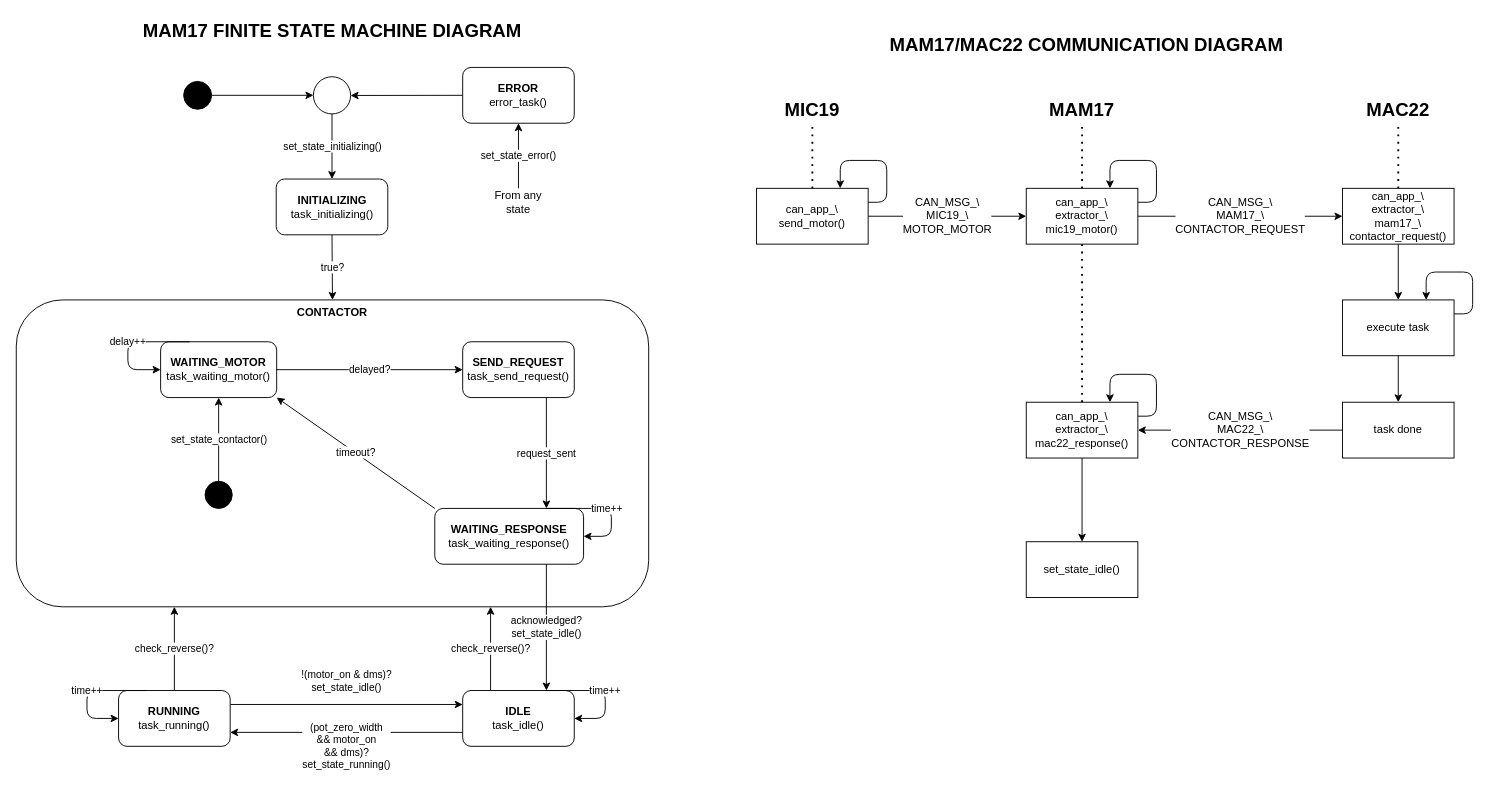
ZeniteSolar/MAM17 keeps this draw.io diagram as system_diagrams.drawio. Above is the earlier version. Source tidied: cells renumbered, new cells numbered last; positions are measured from the earlier drawing's top-left corner, leaving out a move shared by most shapes. Both pictures are drawn from the tidied source at 93%, with x=0, y=0 at pixel (16, 16).
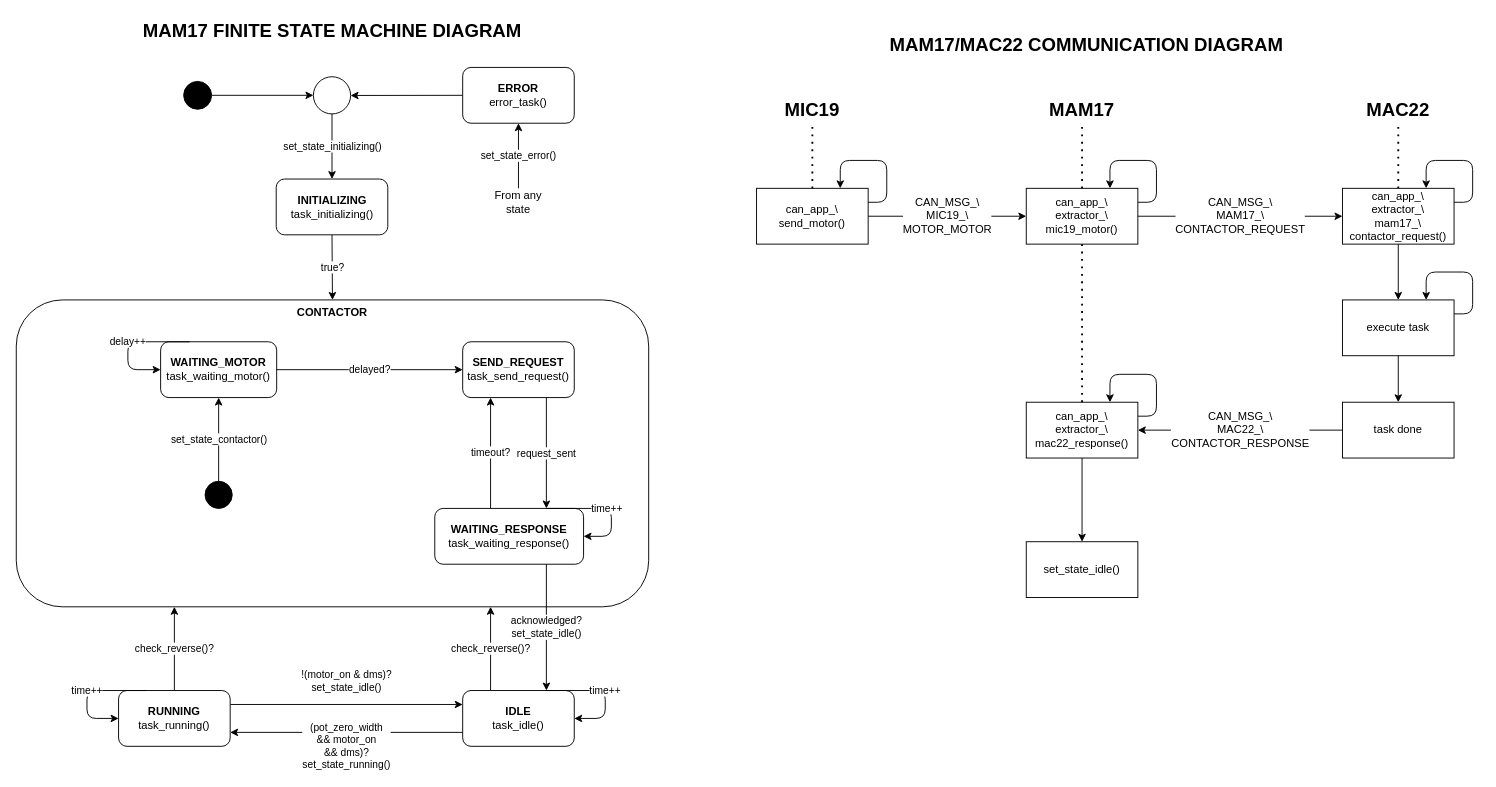
Above is the later version.

Commit message:
Timeout transition goes to SEND_REQUEST, not WAITING_MOTOR.

Unchanged cells that the change refers to:
```xml
<mxCell id="4" value="&lt;b&gt;CONTACTOR&lt;/b&gt;" style="rounded=1;whiteSpace=wrap;html=1;fillColor=none;verticalAlign=top;" parent="1" vertex="1">
  <mxGeometry y="305" width="680" height="330" as="geometry" />
</mxCell>
<mxCell id="5" value="&lt;b&gt;WAITING_MOTOR&lt;/b&gt;&lt;br&gt;task_waiting_motor()" style="rounded=1;whiteSpace=wrap;html=1;" parent="4" vertex="1">
  <mxGeometry x="155.2" y="45" width="124.8" height="60" as="geometry" />
</mxCell>
<mxCell id="6" value="&lt;b&gt;SEND_REQUEST&lt;/b&gt;&lt;br&gt;task_send_request()" style="rounded=1;whiteSpace=wrap;html=1;" parent="4" vertex="1">
  <mxGeometry x="480" y="45" width="120" height="60" as="geometry" />
</mxCell>
<mxCell id="9" value="&lt;b&gt;WAITING_RESPONSE&lt;/b&gt;&lt;br&gt;task_waiting_response()" style="rounded=1;whiteSpace=wrap;html=1;" parent="4" vertex="1">
  <mxGeometry x="450" y="224.2" width="160" height="60" as="geometry" />
</mxCell>
```

What changed in the source:
```diff
@@
-    <mxCell id="8" value="timeout?" style="edgeStyle=none;rounded=0;sketch=0;html=1;exitX=0;exitY=0;exitDx=0;exitDy=0;entryX=1;entryY=1;entryDx=0;entryDy=0;elbow=vertical;" parent="4" edge="1" source="9" target="5">
+    <mxCell id="8" value="timeout?" style="edgeStyle=none;rounded=0;sketch=0;html=1;exitX=0.375;exitY=0;exitDx=0;exitDy=0;entryX=0.25;entryY=1;entryDx=0;entryDy=0;elbow=vertical;exitPerimeter=0;" parent="4" edge="1" source="9" target="6">
       <mxGeometry relative="1" as="geometry" />
     </mxCell>
@@
+    <mxCell id="58" style="edgeStyle=orthogonalEdgeStyle;rounded=1;sketch=0;html=1;exitX=1;exitY=0.25;exitDx=0;exitDy=0;fontSize=12;entryX=0.75;entryY=0;entryDx=0;entryDy=0;" parent="1" edge="1">
+      <mxGeometry relative="1" as="geometry">
+        <mxPoint x="1546" y="200" as="sourcePoint" />
+        <mxPoint x="1516" y="185" as="targetPoint" />
+        <Array as="points">
+          <mxPoint x="1566" y="200" />
+          <mxPoint x="1566" y="155" />
+          <mxPoint x="1516" y="155" />
+        </Array>
+      </mxGeometry>
+    </mxCell>
```
